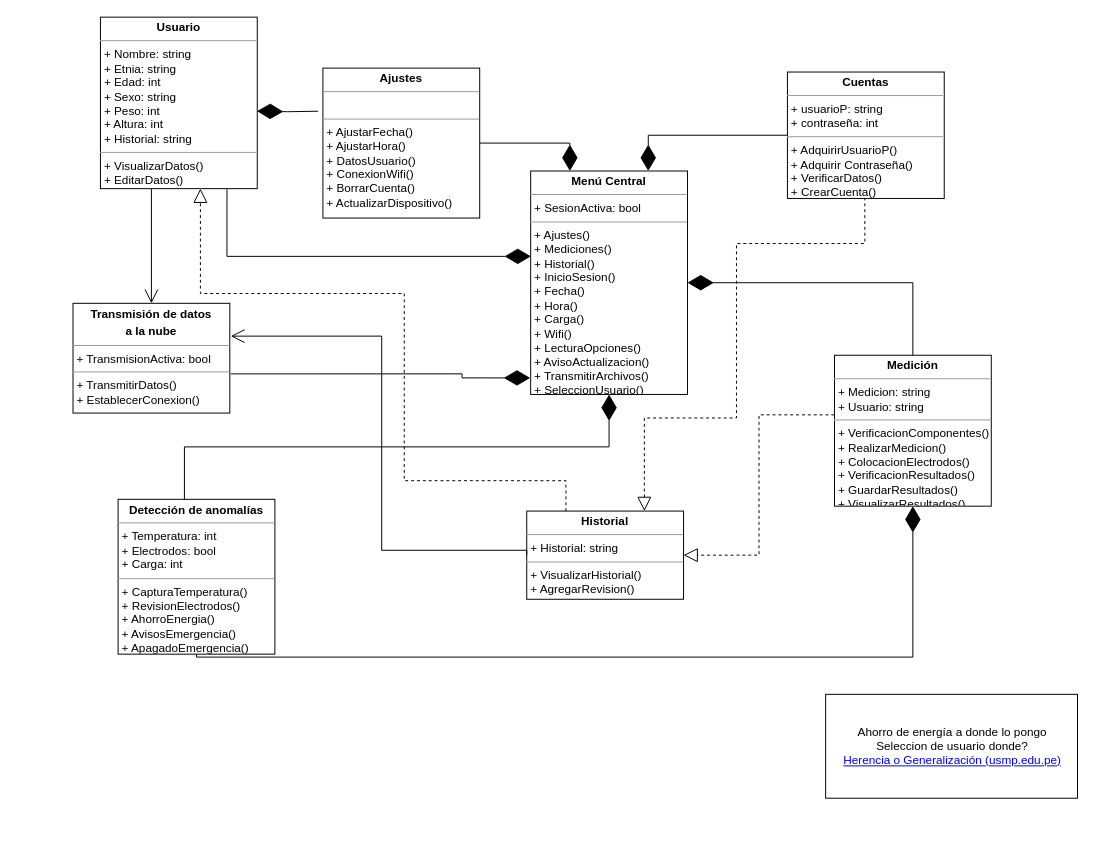
Earlier version of the draw.io diagram segunda_fase/Arquitecturas de software/DiagramaClases.drawio (Angeloib98/BIATRONIC). Source tidied: cells renumbered, new cells numbered last; positions are measured from the earlier drawing's top-left corner, leaving out a move shared by most shapes. Both pictures are drawn from the tidied source at 98%, with x=0, y=0 at pixel (73, 17).
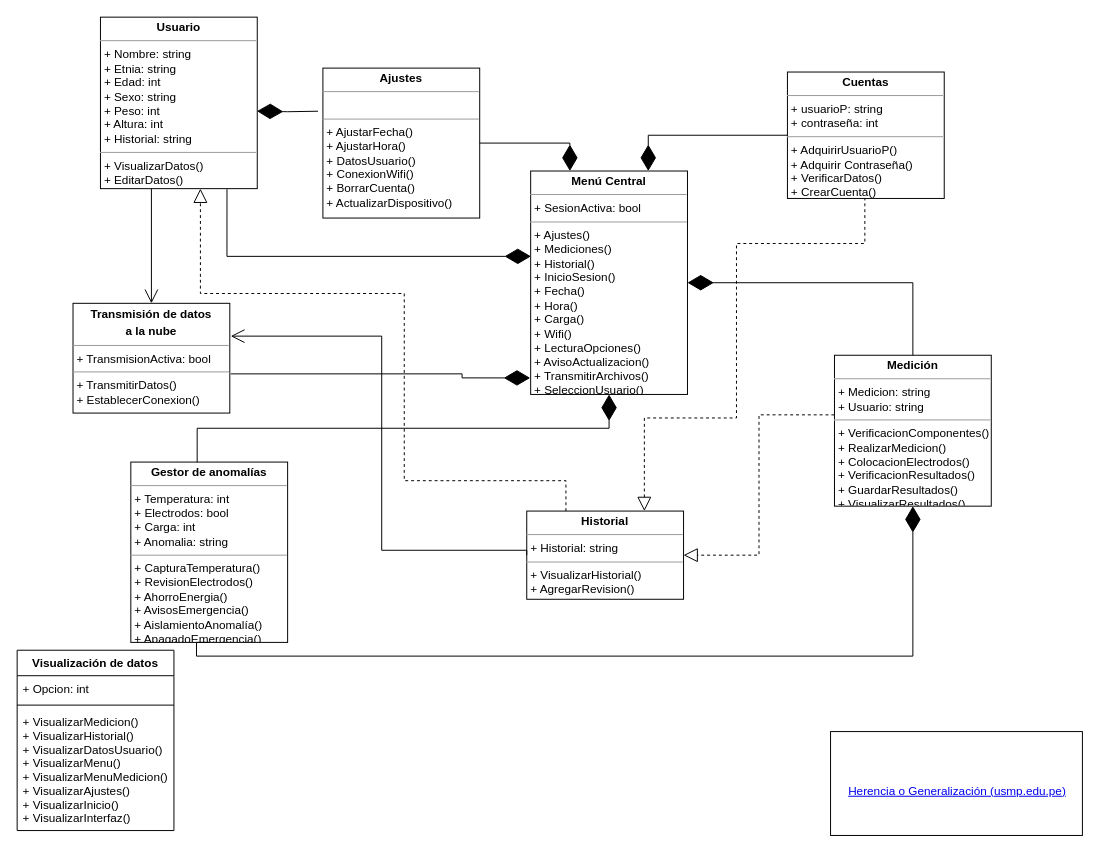
The same page after the edit.

The change refers to these unchanged cells:
```xml
<mxCell id="3" value="&lt;p style=&quot;margin: 0px ; margin-top: 4px ; text-align: center&quot;&gt;&lt;b&gt;Medición&lt;/b&gt;&lt;/p&gt;&lt;hr size=&quot;1&quot;&gt;&lt;p style=&quot;margin: 0px ; margin-left: 4px&quot;&gt;+ Medicion: string&lt;/p&gt;&lt;p style=&quot;margin: 0px ; margin-left: 4px&quot;&gt;+ Usuario: string&lt;/p&gt;&lt;hr size=&quot;1&quot;&gt;&lt;p style=&quot;margin: 0px ; margin-left: 4px&quot;&gt;+ VerificacionComponentes()&lt;/p&gt;&lt;p style=&quot;margin: 0px ; margin-left: 4px&quot;&gt;+ RealizarMedicion()&lt;/p&gt;&lt;p style=&quot;margin: 0px ; margin-left: 4px&quot;&gt;+ ColocacionElectrodos()&lt;/p&gt;&lt;p style=&quot;margin: 0px ; margin-left: 4px&quot;&gt;+ VerificacionResultados()&lt;/p&gt;&lt;p style=&quot;margin: 0px ; margin-left: 4px&quot;&gt;+ GuardarResultados()&lt;/p&gt;&lt;p style=&quot;margin: 0px ; margin-left: 4px&quot;&gt;+ VisualizarResultados()&lt;/p&gt;" style="verticalAlign=top;align=left;overflow=fill;fontSize=12;fontFamily=Helvetica;html=1;" parent="1" vertex="1">
  <mxGeometry x="777" y="345" width="160" height="154" as="geometry" />
</mxCell>
```

The edit, as a diff of the source:
```diff
@@
-    <mxCell id="9" value="&lt;p style=&quot;margin: 0px ; margin-top: 4px ; text-align: center&quot;&gt;&lt;b&gt;Detección de anomalías&lt;/b&gt;&lt;/p&gt;&lt;hr size=&quot;1&quot;&gt;&lt;p style=&quot;margin: 0px ; margin-left: 4px&quot;&gt;+ Temperatura: int&lt;/p&gt;&lt;p style=&quot;margin: 0px ; margin-left: 4px&quot;&gt;+ Electrodos: bool&lt;/p&gt;&lt;p style=&quot;margin: 0px ; margin-left: 4px&quot;&gt;+ Carga: int&lt;/p&gt;&lt;hr size=&quot;1&quot;&gt;&lt;p style=&quot;margin: 0px ; margin-left: 4px&quot;&gt;+ CapturaTemperatura()&lt;/p&gt;&lt;p style=&quot;margin: 0px ; margin-left: 4px&quot;&gt;+ RevisionElectrodos()&lt;/p&gt;&lt;p style=&quot;margin: 0px ; margin-left: 4px&quot;&gt;&lt;span&gt;+ AhorroEnergia()&lt;/span&gt;&lt;/p&gt;&lt;p style=&quot;margin: 0px ; margin-left: 4px&quot;&gt;&lt;span&gt;+ AvisosEmergencia()&lt;/span&gt;&lt;/p&gt;&lt;p style=&quot;margin: 0px ; margin-left: 4px&quot;&gt;&lt;span&gt;+ ApagadoEmergencia()&lt;/span&gt;&lt;/p&gt;" style="verticalAlign=top;align=left;overflow=fill;fontSize=12;fontFamily=Helvetica;html=1;" parent="1" vertex="1">
-      <mxGeometry x="46" y="492" width="160" height="158" as="geometry" />
+    <mxCell id="9" value="&lt;p style=&quot;margin: 0px ; margin-top: 4px ; text-align: center&quot;&gt;&lt;b&gt;Gestor de anomalías&lt;/b&gt;&lt;/p&gt;&lt;hr size=&quot;1&quot;&gt;&lt;p style=&quot;margin: 0px ; margin-left: 4px&quot;&gt;+ Temperatura: int&lt;/p&gt;&lt;p style=&quot;margin: 0px ; margin-left: 4px&quot;&gt;+ Electrodos: bool&lt;/p&gt;&lt;p style=&quot;margin: 0px ; margin-left: 4px&quot;&gt;+ Carga: int&lt;/p&gt;&lt;p style=&quot;margin: 0px ; margin-left: 4px&quot;&gt;+ Anomalia: string&lt;/p&gt;&lt;hr size=&quot;1&quot;&gt;&lt;p style=&quot;margin: 0px ; margin-left: 4px&quot;&gt;+ CapturaTemperatura()&lt;/p&gt;&lt;p style=&quot;margin: 0px ; margin-left: 4px&quot;&gt;+ RevisionElectrodos()&lt;/p&gt;&lt;p style=&quot;margin: 0px ; margin-left: 4px&quot;&gt;&lt;span&gt;+ AhorroEnergia()&lt;/span&gt;&lt;/p&gt;&lt;p style=&quot;margin: 0px ; margin-left: 4px&quot;&gt;&lt;span&gt;+ AvisosEmergencia()&lt;/span&gt;&lt;/p&gt;&lt;p style=&quot;margin: 0px ; margin-left: 4px&quot;&gt;&lt;span&gt;+ AislamientoAnomalía()&lt;/span&gt;&lt;/p&gt;&lt;p style=&quot;margin: 0px ; margin-left: 4px&quot;&gt;&lt;span&gt;+ ApagadoEmergencia()&lt;/span&gt;&lt;/p&gt;" style="verticalAlign=top;align=left;overflow=fill;fontSize=12;fontFamily=Helvetica;html=1;" parent="1" vertex="1">
+      <mxGeometry x="59" y="454" width="160" height="184" as="geometry" />
     </mxCell>
@@
-    <mxCell id="11" value="Ahorro de energía a donde lo pongo&lt;br&gt;Seleccion de usuario donde?&lt;br&gt;&lt;a href=&quot;https://www.usmp.edu.pe/publicaciones/boletin/fia/info67/UML.pdf&quot;&gt;Herencia o Generalización (usmp.edu.pe)&lt;/a&gt;" style="html=1;" parent="1" vertex="1">
-      <mxGeometry x="768" y="691" width="257" height="106" as="geometry" />
+    <mxCell id="11" value="&lt;br&gt;&lt;a href=&quot;https://www.usmp.edu.pe/publicaciones/boletin/fia/info67/UML.pdf&quot;&gt;Herencia o Generalización (usmp.edu.pe)&lt;/a&gt;" style="html=1;" parent="1" vertex="1">
+      <mxGeometry x="773" y="729" width="257" height="106" as="geometry" />
     </mxCell>
@@
     <mxCell id="20" style="endArrow=diamondThin;endFill=1;endSize=24;html=1;rounded=0;edgeStyle=orthogonalEdgeStyle;exitX=0.5;exitY=1;exitDx=0;exitDy=0;entryX=0.5;entryY=1;entryDx=0;entryDy=0;" parent="1" edge="1" source="9" target="3">
       <mxGeometry relative="1" as="geometry">
         <Array as="points">
-          <mxPoint x="126" y="653" />
-          <mxPoint x="857" y="653" />
+          <mxPoint x="126" y="638" />
+          <mxPoint x="126" y="652" />
+          <mxPoint x="857" y="652" />
         </Array>
       </mxGeometry>
     </mxCell>
@@
+    <mxCell id="24" value="Visualización de datos" style="swimlane;fontStyle=1;align=center;verticalAlign=top;horizontal=1;startSize=26;" parent="1" vertex="1">
+      <mxGeometry x="-57" y="646" width="160" height="184" as="geometry" />
+    </mxCell>
+    <mxCell id="25" value="+ Opcion: int" style="text;strokeColor=none;fillColor=none;align=left;verticalAlign=top;spacingLeft=4;spacingRight=4;overflow=hidden;" parent="24" vertex="1">
+      <mxGeometry y="26" width="160" height="26" as="geometry" />
+    </mxCell>
+    <mxCell id="26" style="line;strokeWidth=1;fillColor=none;align=left;verticalAlign=middle;spacingTop=-1;spacingLeft=3;spacingRight=3;labelPosition=right;" parent="24" vertex="1">
+      <mxGeometry y="52" width="160" height="8" as="geometry" />
+    </mxCell>
+    <mxCell id="27" value="+ VisualizarMedicion()&#10;+ VisualizarHistorial()&#10;+ VisualizarDatosUsuario()&#10;+ VisualizarMenu()&#10;+ VisualizarMenuMedicion()&#10;+ VisualizarAjustes()&#10;+ VisualizarInicio()&#10;+ VisualizarInterfaz()" style="text;strokeColor=none;fillColor=none;align=left;verticalAlign=top;spacingLeft=4;spacingRight=4;overflow=hidden;" parent="24" vertex="1">
+      <mxGeometry y="60" width="160" height="124" as="geometry" />
+    </mxCell>
```
